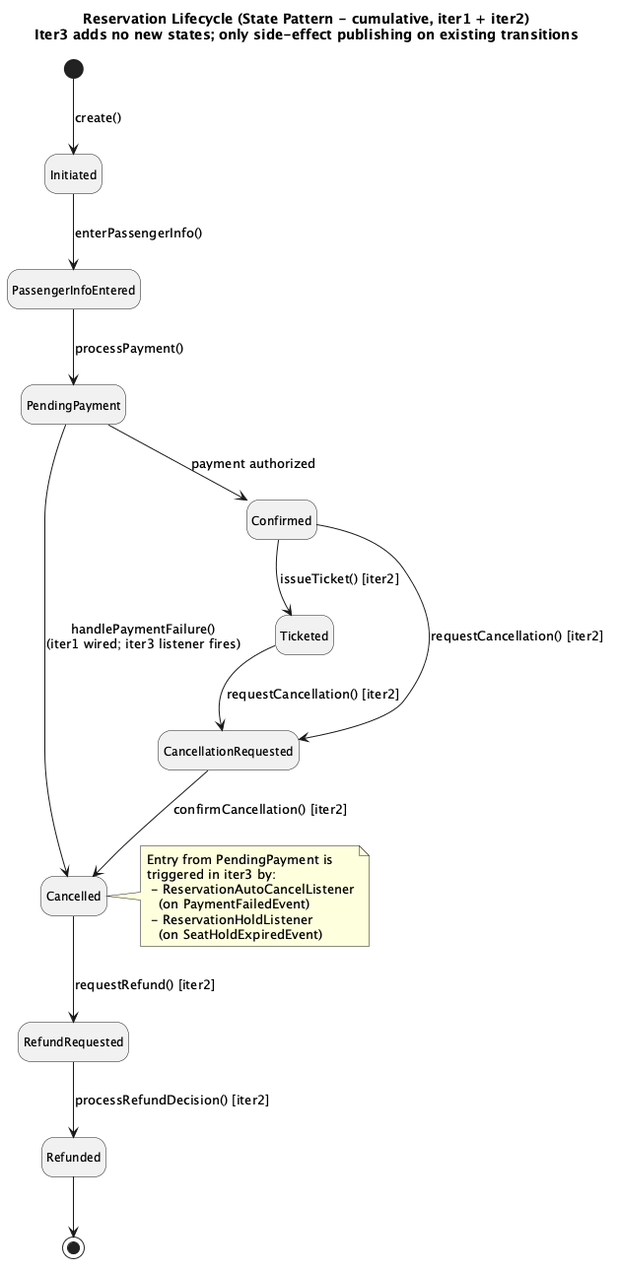
Above: docs/diagrams/iter3-puml/state-reservation.png in gimjungwook/KoreanAirReservationDomain (PlantUML), before the change.
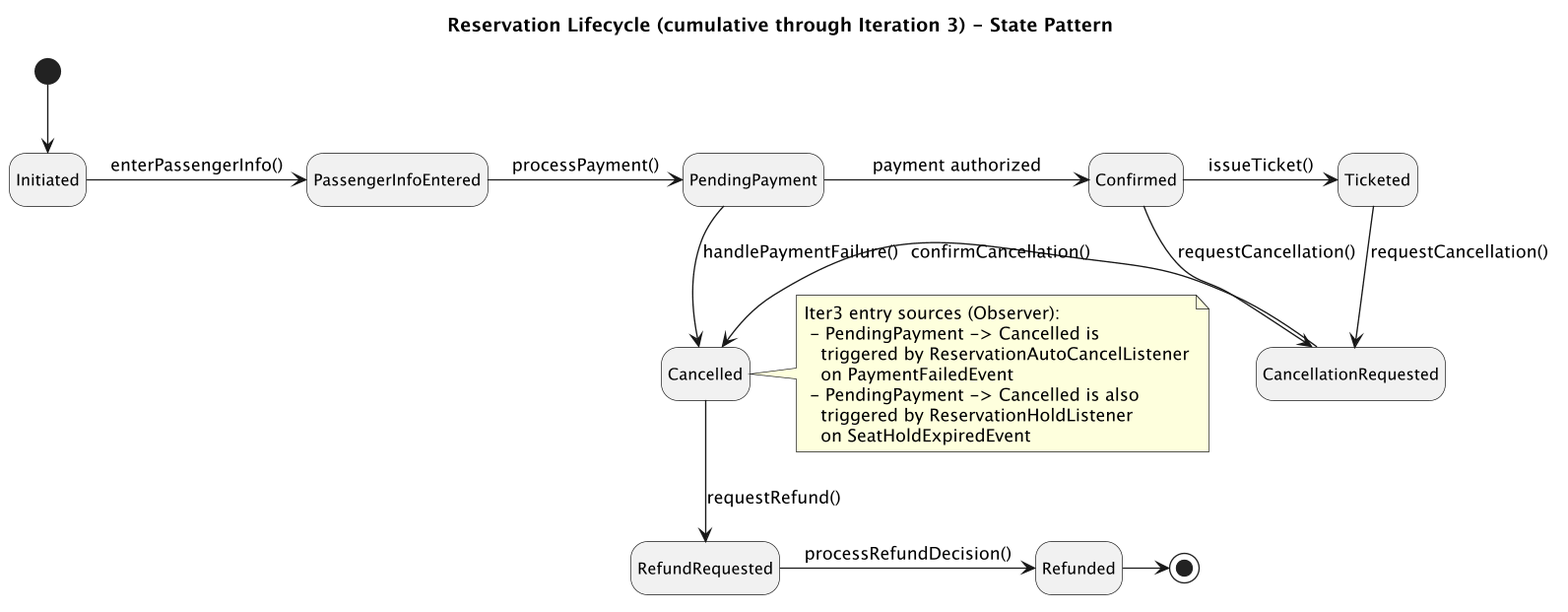
The same diagram one commit later.

Change to the diagram source:
```diff
@@ -1,27 +1,32 @@
 @startuml state-reservation
-title Reservation Lifecycle (State Pattern - cumulative, iter1 + iter2)\nIter3 adds no new states; only side-effect publishing on existing transitions
+title Reservation Lifecycle (cumulative through Iteration 3) - State Pattern
 hide empty description
 skinparam stateFontSize 12
+skinparam ranksep 50
+skinparam nodesep 35
+skinparam shadowing false
+skinparam dpi 130
 
-[*] --> Initiated : create()
-Initiated --> PassengerInfoEntered : enterPassengerInfo()
-PassengerInfoEntered --> PendingPayment : processPayment()
-PendingPayment --> Confirmed : payment authorized
-PendingPayment --> Cancelled : handlePaymentFailure()\n(iter1 wired; iter3 listener fires)
-Confirmed --> Ticketed : issueTicket() [iter2]
-Confirmed --> CancellationRequested : requestCancellation() [iter2]
-Ticketed --> CancellationRequested : requestCancellation() [iter2]
-CancellationRequested --> Cancelled : confirmCancellation() [iter2]
-Cancelled --> RefundRequested : requestRefund() [iter2]
-RefundRequested --> Refunded : processRefundDecision() [iter2]
-Refunded --> [*]
+[*] -down-> Initiated
+Initiated -right-> PassengerInfoEntered : enterPassengerInfo()
+PassengerInfoEntered -right-> PendingPayment : processPayment()
+PendingPayment -right-> Confirmed : payment authorized
+PendingPayment -down-> Cancelled : handlePaymentFailure()
+Confirmed -right-> Ticketed : issueTicket()
+Confirmed -down-> CancellationRequested : requestCancellation()
+Ticketed -down-> CancellationRequested : requestCancellation()
+CancellationRequested -left-> Cancelled : confirmCancellation()
+Cancelled -down-> RefundRequested : requestRefund()
+RefundRequested -right-> Refunded : processRefundDecision()
+Refunded -right-> [*]
 
 note right of Cancelled
-  Entry from PendingPayment is
-  triggered in iter3 by:
-   - ReservationAutoCancelListener
-     (on PaymentFailedEvent)
-   - ReservationHoldListener
-     (on SeatHoldExpiredEvent)
+  Iter3 entry sources (Observer):
+   - PendingPayment -> Cancelled is
+     triggered by ReservationAutoCancelListener
+     on PaymentFailedEvent
+   - PendingPayment -> Cancelled is also
+     triggered by ReservationHoldListener
+     on SeatHoldExpiredEvent
 end note
 @enduml
```
